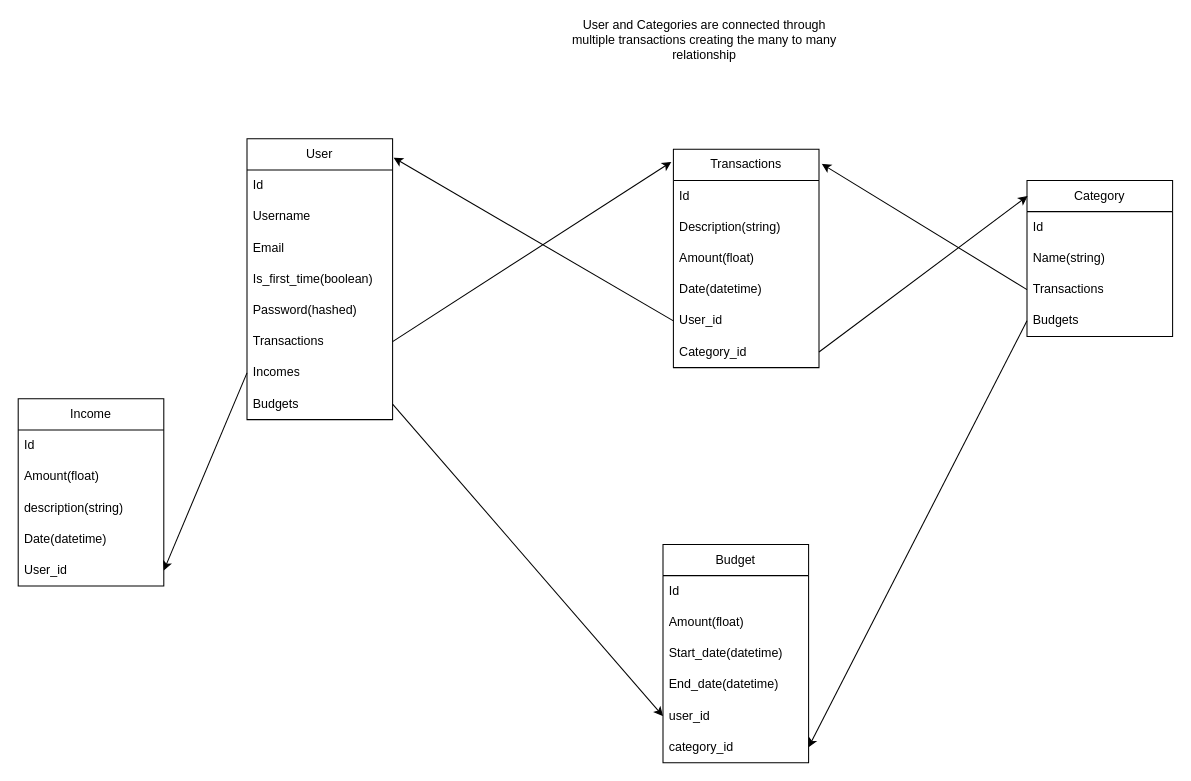
Before: models_erd.drawio in JS-93/final_project_budget_app, a draw.io diagram. Source tidied: cells renumbered, new cells numbered last; positions are measured from the earlier drawing's top-left corner, leaving out a move shared by most shapes. Both pictures are drawn from the tidied source at 104%, with x=0, y=0 at pixel (18, 24).
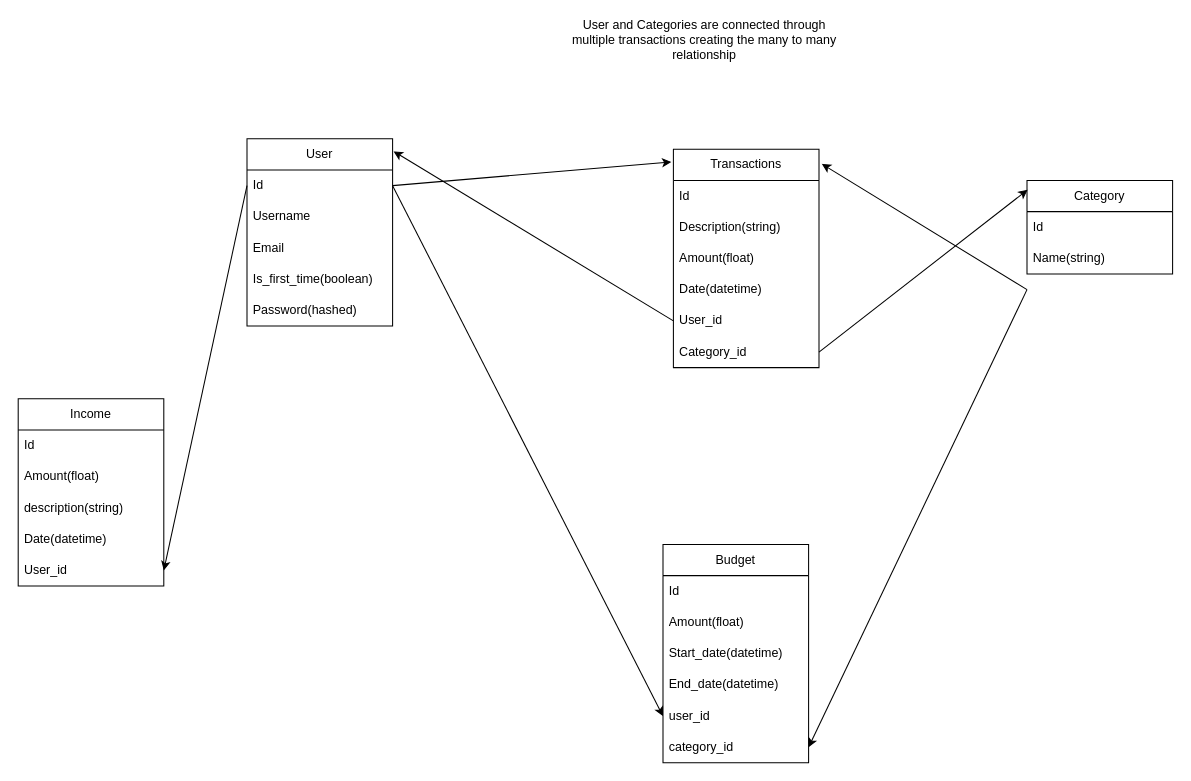
The same diagram, later.

Unchanged cells that the change refers to:
```xml
<mxCell id="3" value="Id" style="text;strokeColor=none;fillColor=none;align=left;verticalAlign=middle;spacingLeft=4;spacingRight=4;overflow=hidden;points=[[0,0.5],[1,0.5]];portConstraint=eastwest;whiteSpace=wrap;html=1;" parent="2" vertex="1">
  <mxGeometry y="30" width="140" height="30" as="geometry" />
</mxCell>
<mxCell id="16" value="user_id" style="text;strokeColor=none;fillColor=none;align=left;verticalAlign=middle;spacingLeft=4;spacingRight=4;overflow=hidden;points=[[0,0.5],[1,0.5]];portConstraint=eastwest;whiteSpace=wrap;html=1;" parent="11" vertex="1">
  <mxGeometry y="150" width="140" height="30" as="geometry" />
</mxCell>
<mxCell id="17" value="category_id" style="text;strokeColor=none;fillColor=none;align=left;verticalAlign=middle;spacingLeft=4;spacingRight=4;overflow=hidden;points=[[0,0.5],[1,0.5]];portConstraint=eastwest;whiteSpace=wrap;html=1;" parent="11" vertex="1">
  <mxGeometry y="180" width="140" height="30" as="geometry" />
</mxCell>
<mxCell id="23" value="Transactions" style="swimlane;fontStyle=0;horizontal=1;startSize=30;whiteSpace=wrap;html=1;" parent="1" vertex="1">
  <mxGeometry x="630" y="120" width="140" height="210" as="geometry" />
</mxCell>
<mxCell id="35" value="User_id" style="text;strokeColor=none;fillColor=none;align=left;verticalAlign=middle;spacingLeft=4;spacingRight=4;overflow=hidden;points=[[0,0.5],[1,0.5]];portConstraint=eastwest;whiteSpace=wrap;html=1;" parent="30" vertex="1">
  <mxGeometry y="150" width="140" height="30" as="geometry" />
</mxCell>
```

Change to the diagram source:
```diff
@@
     <mxCell id="2" value="User" style="swimlane;fontStyle=0;horizontal=1;startSize=30;whiteSpace=wrap;html=1;" parent="1" vertex="1">
-      <mxGeometry x="220" y="110" width="140" height="270" as="geometry" />
+      <mxGeometry x="220" y="110" width="140" height="180" as="geometry" />
     </mxCell>
@@
-    <mxCell id="8" value="Transactions" style="text;strokeColor=none;fillColor=none;align=left;verticalAlign=middle;spacingLeft=4;spacingRight=4;overflow=hidden;points=[[0,0.5],[1,0.5]];portConstraint=eastwest;whiteSpace=wrap;html=1;" parent="2" vertex="1">
-      <mxGeometry y="180" width="140" height="30" as="geometry" />
-    </mxCell>
-    <mxCell id="9" value="Incomes" style="text;strokeColor=none;fillColor=none;align=left;verticalAlign=middle;spacingLeft=4;spacingRight=4;overflow=hidden;points=[[0,0.5],[1,0.5]];portConstraint=eastwest;whiteSpace=wrap;html=1;" parent="2" vertex="1">
-      <mxGeometry y="210" width="140" height="30" as="geometry" />
-    </mxCell>
-    <mxCell id="10" value="Budgets" style="text;strokeColor=none;fillColor=none;align=left;verticalAlign=middle;spacingLeft=4;spacingRight=4;overflow=hidden;points=[[0,0.5],[1,0.5]];portConstraint=eastwest;whiteSpace=wrap;html=1;" parent="2" vertex="1">
-      <mxGeometry y="240" width="140" height="30" as="geometry" />
-    </mxCell>
@@
     <mxCell id="18" value="Category" style="swimlane;fontStyle=0;horizontal=1;startSize=30;whiteSpace=wrap;html=1;" parent="1" vertex="1">
-      <mxGeometry x="970" y="150" width="140" height="150" as="geometry" />
+      <mxGeometry x="970" y="150" width="140" height="90" as="geometry" />
     </mxCell>
@@
-    <mxCell id="21" value="Transactions" style="text;strokeColor=none;fillColor=none;align=left;verticalAlign=middle;spacingLeft=4;spacingRight=4;overflow=hidden;points=[[0,0.5],[1,0.5]];portConstraint=eastwest;whiteSpace=wrap;html=1;" parent="18" vertex="1">
-      <mxGeometry y="90" width="140" height="30" as="geometry" />
-    </mxCell>
-    <mxCell id="22" value="Budgets" style="text;strokeColor=none;fillColor=none;align=left;verticalAlign=middle;spacingLeft=4;spacingRight=4;overflow=hidden;points=[[0,0.5],[1,0.5]];portConstraint=eastwest;whiteSpace=wrap;html=1;" parent="18" vertex="1">
-      <mxGeometry y="120" width="140" height="30" as="geometry" />
-    </mxCell>
@@
-    <mxCell id="36" style="edgeStyle=none;html=1;exitX=1;exitY=0.5;exitDx=0;exitDy=0;entryX=-0.014;entryY=0.058;entryDx=0;entryDy=0;entryPerimeter=0;" parent="1" edge="1" source="8" target="23">
+    <mxCell id="36" style="edgeStyle=none;html=1;exitX=1;exitY=0.5;exitDx=0;exitDy=0;entryX=-0.014;entryY=0.058;entryDx=0;entryDy=0;entryPerimeter=0;" parent="1" edge="1" source="3" target="23">
       <mxGeometry relative="1" as="geometry" />
     </mxCell>
@@
-    <mxCell id="39" style="edgeStyle=none;html=1;exitX=0;exitY=0.5;exitDx=0;exitDy=0;entryX=1.019;entryY=0.067;entryDx=0;entryDy=0;entryPerimeter=0;" parent="1" edge="1" source="21" target="23">
-      <mxGeometry relative="1" as="geometry" />
+    <mxCell id="39" style="edgeStyle=none;html=1;exitX=0;exitY=0.5;exitDx=0;exitDy=0;entryX=1.019;entryY=0.067;entryDx=0;entryDy=0;entryPerimeter=0;" parent="1" edge="1" target="23">
+      <mxGeometry relative="1" as="geometry">
+        <mxPoint x="970" y="255" as="sourcePoint" />
+      </mxGeometry>
     </mxCell>
-    <mxCell id="40" style="edgeStyle=none;html=1;exitX=0;exitY=0.5;exitDx=0;exitDy=0;entryX=1;entryY=0.5;entryDx=0;entryDy=0;" parent="1" edge="1" source="22" target="17">
-      <mxGeometry relative="1" as="geometry" />
+    <mxCell id="40" style="edgeStyle=none;html=1;exitX=0;exitY=0.5;exitDx=0;exitDy=0;entryX=1;entryY=0.5;entryDx=0;entryDy=0;" parent="1" edge="1" target="17">
+      <mxGeometry relative="1" as="geometry">
+        <mxPoint x="970" y="255" as="sourcePoint" />
+      </mxGeometry>
     </mxCell>
-    <mxCell id="41" style="edgeStyle=none;html=1;exitX=1;exitY=0.5;exitDx=0;exitDy=0;entryX=0;entryY=0.5;entryDx=0;entryDy=0;" parent="1" edge="1" source="10" target="16">
+    <mxCell id="41" style="edgeStyle=none;html=1;entryX=0;entryY=0.5;entryDx=0;entryDy=0;exitX=1;exitY=0.5;exitDx=0;exitDy=0;" parent="1" edge="1" source="3" target="16">
       <mxGeometry relative="1" as="geometry" />
     </mxCell>
-    <mxCell id="42" style="edgeStyle=none;html=1;exitX=0;exitY=0.5;exitDx=0;exitDy=0;entryX=1;entryY=0.5;entryDx=0;entryDy=0;" parent="1" edge="1" source="9" target="35">
+    <mxCell id="42" style="edgeStyle=none;html=1;exitX=0;exitY=0.5;exitDx=0;exitDy=0;entryX=1;entryY=0.5;entryDx=0;entryDy=0;" parent="1" edge="1" source="3" target="35">
       <mxGeometry relative="1" as="geometry" />
     </mxCell>
```
